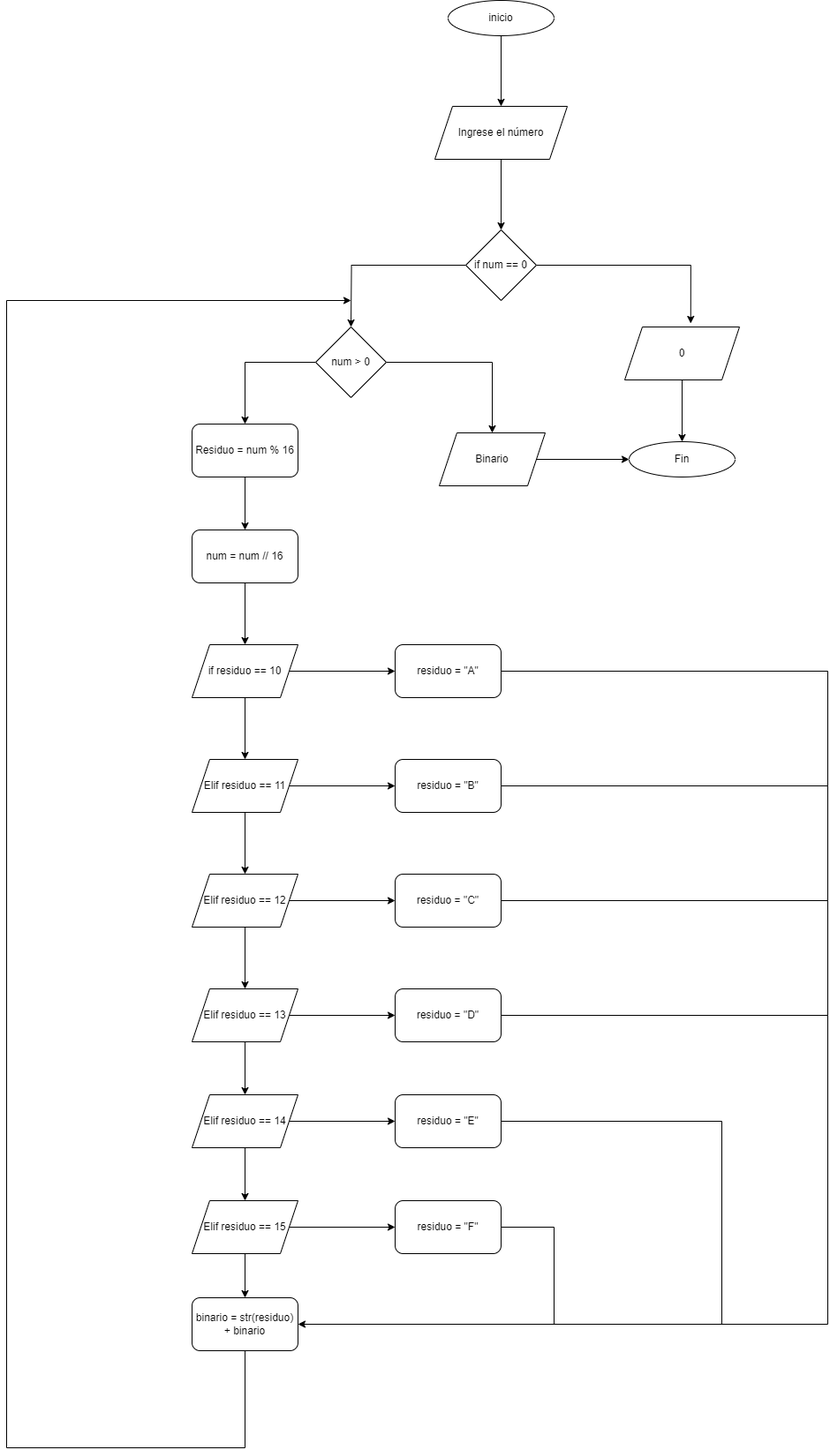
Before: Diagramas/Decimal a Hexa.png, a diagram exported from draw.io (Shadwws/ESTEEE). Source tidied: cells renumbered, new cells last; positions are measured from the earlier drawing's top-left corner, leaving out a move shared by most shapes.
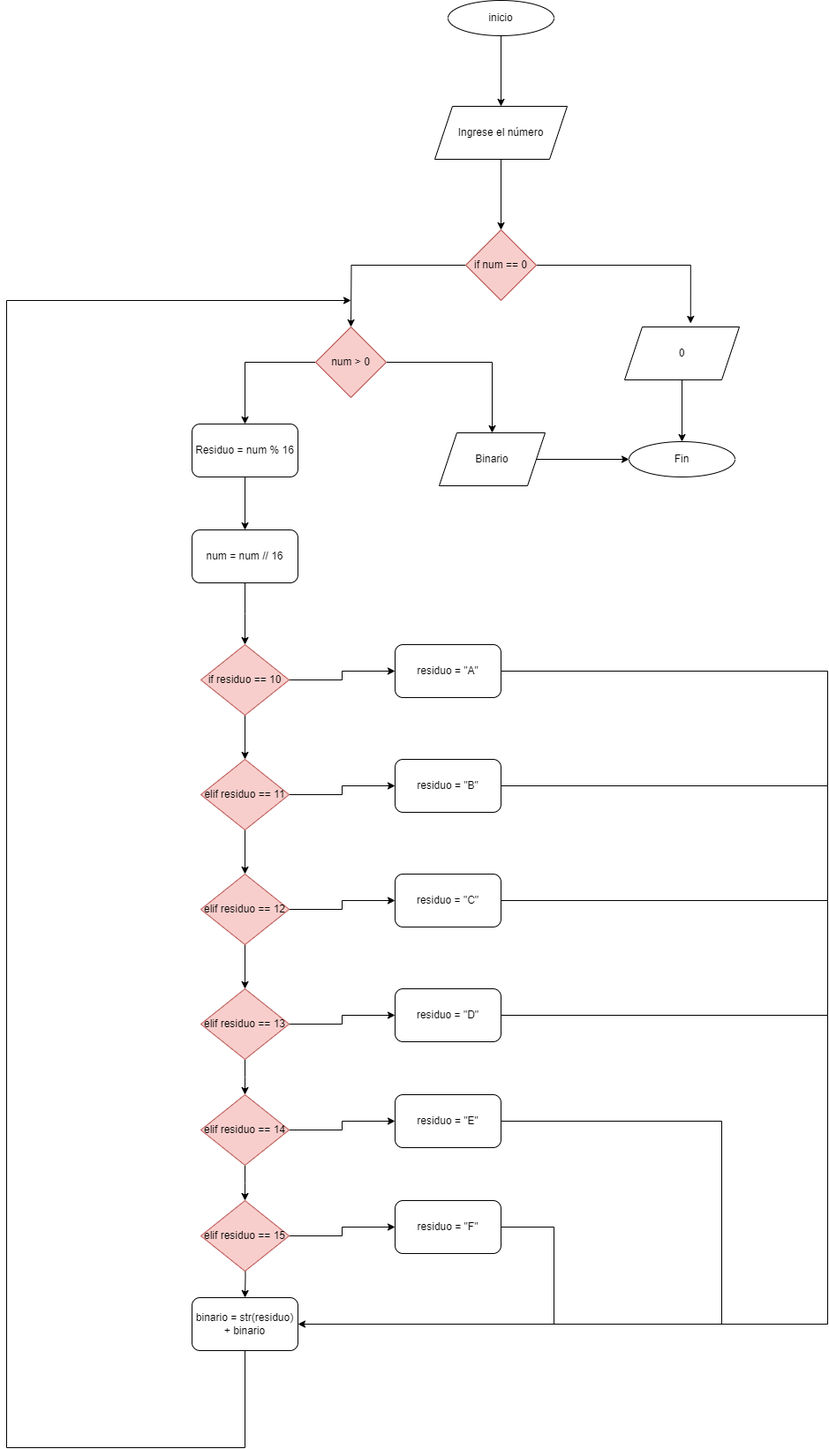
Later version of the same file.

What changed in the source:
```diff
@@ -22,7 +22,7 @@
         <mxPoint x="390" y="370" as="targetPoint" />
       </mxGeometry>
     </mxCell>
-    <mxCell id="8" value="if num == 0" style="rhombus;whiteSpace=wrap;html=1;" parent="1" vertex="1">
+    <mxCell id="8" value="if num == 0" style="rhombus;whiteSpace=wrap;html=1;fillColor=#f8cecc;strokeColor=#b85450;" parent="1" vertex="1">
       <mxGeometry x="520" y="260" width="80" height="80" as="geometry" />
     </mxCell>
     <mxCell id="9" style="edgeStyle=orthogonalEdgeStyle;rounded=0;jettySize=auto;html=1;" parent="1" edge="1" source="10" target="45">
@@ -37,7 +37,7 @@
     <mxCell id="12" style="edgeStyle=orthogonalEdgeStyle;rounded=0;jettySize=auto;html=1;exitX=1;exitY=0.5;exitDx=0;exitDy=0;entryX=0.5;entryY=0;entryDx=0;entryDy=0;" parent="1" edge="1" source="13" target="44">
       <mxGeometry relative="1" as="geometry" />
     </mxCell>
-    <mxCell id="13" value="num &amp;gt; 0" style="rhombus;whiteSpace=wrap;html=1;" parent="1" vertex="1">
+    <mxCell id="13" value="num &amp;gt; 0" style="rhombus;whiteSpace=wrap;html=1;fillColor=#f8cecc;strokeColor=#b85450;" parent="1" vertex="1">
       <mxGeometry x="350" y="370" width="80" height="80" as="geometry" />
     </mxCell>
     <mxCell id="14" style="edgeStyle=orthogonalEdgeStyle;rounded=0;jettySize=auto;html=1;" parent="1" edge="1" source="15" target="17">
@@ -46,69 +46,68 @@
     <mxCell id="15" value="Residuo = num % 16" style="rounded=1;whiteSpace=wrap;html=1;" parent="1" vertex="1">
       <mxGeometry x="210" y="480" width="120" height="60" as="geometry" />
     </mxCell>
-    <mxCell id="16" style="edgeStyle=orthogonalEdgeStyle;rounded=0;jettySize=auto;html=1;" parent="1" edge="1" source="17" target="20">
-      <mxGeometry relative="1" as="geometry" />
+    <mxCell id="16" style="edgeStyle=orthogonalEdgeStyle;rounded=0;jettySize=auto;html=1;" parent="1" edge="1" source="17">
+      <mxGeometry relative="1" as="geometry">
+        <mxPoint x="270" y="730" as="targetPoint" />
+      </mxGeometry>
     </mxCell>
     <mxCell id="17" value="num = num // 16" style="rounded=1;whiteSpace=wrap;html=1;" parent="1" vertex="1">
       <mxGeometry x="210" y="600" width="120" height="60" as="geometry" />
     </mxCell>
-    <mxCell id="18" style="edgeStyle=orthogonalEdgeStyle;rounded=0;jettySize=auto;html=1;" parent="1" edge="1" source="20" target="21">
+    <mxCell id="18" style="edgeStyle=orthogonalEdgeStyle;rounded=0;jettySize=auto;html=1;exitX=1;exitY=0.5;exitDx=0;exitDy=0;" parent="1" edge="1" source="20" target="21">
       <mxGeometry relative="1" as="geometry" />
     </mxCell>
-    <mxCell id="19" style="edgeStyle=orthogonalEdgeStyle;rounded=0;jettySize=auto;html=1;" parent="1" edge="1" source="20" target="24">
-      <mxGeometry relative="1" as="geometry" />
+    <mxCell id="19" style="edgeStyle=orthogonalEdgeStyle;rounded=0;orthogonalLoop=1;jettySize=auto;html=1;" parent="1" edge="1">
+      <mxGeometry relative="1" as="geometry">
+        <mxPoint x="270" y="790" as="sourcePoint" />
+        <mxPoint x="270" y="860" as="targetPoint" />
+      </mxGeometry>
     </mxCell>
-    <mxCell id="20" value="if residuo == 10" style="shape=parallelogram;perimeter=parallelogramPerimeter;whiteSpace=wrap;html=1;fixedSize=1;" parent="1" vertex="1">
-      <mxGeometry x="210" y="730" width="120" height="60" as="geometry" />
-    </mxCell>
     <mxCell id="21" value="residuo = &quot;A&quot;" style="rounded=1;whiteSpace=wrap;html=1;" parent="1" vertex="1">
       <mxGeometry x="440" y="730" width="120" height="60" as="geometry" />
     </mxCell>
-    <mxCell id="22" style="edgeStyle=orthogonalEdgeStyle;rounded=0;jettySize=auto;html=1;" parent="1" edge="1" source="24" target="37">
+    <mxCell id="22" style="edgeStyle=orthogonalEdgeStyle;rounded=0;jettySize=auto;html=1;exitX=1;exitY=0.5;exitDx=0;exitDy=0;exitPerimeter=0;" parent="1" edge="1" source="62" target="37">
       <mxGeometry relative="1" as="geometry" />
     </mxCell>
-    <mxCell id="23" style="edgeStyle=orthogonalEdgeStyle;rounded=0;jettySize=auto;html=1;" parent="1" edge="1" source="24" target="27">
-      <mxGeometry relative="1" as="geometry" />
+    <mxCell id="23" style="edgeStyle=orthogonalEdgeStyle;rounded=0;orthogonalLoop=1;jettySize=auto;html=1;" parent="1" edge="1">
+      <mxGeometry relative="1" as="geometry">
+        <mxPoint x="270" y="920" as="sourcePoint" />
+        <mxPoint x="270" y="990" as="targetPoint" />
+      </mxGeometry>
     </mxCell>
-    <mxCell id="24" value="Elif residuo == 11" style="shape=parallelogram;perimeter=parallelogramPerimeter;whiteSpace=wrap;html=1;fixedSize=1;" parent="1" vertex="1">
-      <mxGeometry x="210" y="860" width="120" height="60" as="geometry" />
-    </mxCell>
-    <mxCell id="25" style="edgeStyle=orthogonalEdgeStyle;rounded=0;jettySize=auto;html=1;" parent="1" edge="1" source="27" target="38">
+    <mxCell id="25" style="edgeStyle=orthogonalEdgeStyle;rounded=0;jettySize=auto;html=1;exitX=1;exitY=0.5;exitDx=0;exitDy=0;" parent="1" edge="1" source="63" target="38">
       <mxGeometry relative="1" as="geometry" />
     </mxCell>
-    <mxCell id="26" style="edgeStyle=orthogonalEdgeStyle;rounded=0;jettySize=auto;html=1;" parent="1" edge="1" source="27" target="30">
-      <mxGeometry relative="1" as="geometry" />
+    <mxCell id="26" style="edgeStyle=orthogonalEdgeStyle;rounded=0;orthogonalLoop=1;jettySize=auto;html=1;" parent="1" edge="1">
+      <mxGeometry relative="1" as="geometry">
+        <mxPoint x="270" y="1050" as="sourcePoint" />
+        <mxPoint x="270" y="1120" as="targetPoint" />
+      </mxGeometry>
     </mxCell>
-    <mxCell id="27" value="Elif residuo == 12" style="shape=parallelogram;perimeter=parallelogramPerimeter;whiteSpace=wrap;html=1;fixedSize=1;" parent="1" vertex="1">
-      <mxGeometry x="210" y="990" width="120" height="60" as="geometry" />
-    </mxCell>
-    <mxCell id="28" style="edgeStyle=orthogonalEdgeStyle;rounded=0;jettySize=auto;html=1;" parent="1" edge="1" source="30" target="39">
+    <mxCell id="28" style="edgeStyle=orthogonalEdgeStyle;rounded=0;jettySize=auto;html=1;exitX=1;exitY=0.5;exitDx=0;exitDy=0;" parent="1" edge="1" source="65" target="39">
       <mxGeometry relative="1" as="geometry" />
     </mxCell>
-    <mxCell id="29" style="edgeStyle=orthogonalEdgeStyle;rounded=0;jettySize=auto;html=1;" parent="1" edge="1" source="30" target="33">
-      <mxGeometry relative="1" as="geometry" />
+    <mxCell id="29" style="edgeStyle=orthogonalEdgeStyle;rounded=0;jettySize=auto;html=1;" parent="1" edge="1" source="65">
+      <mxGeometry relative="1" as="geometry">
+        <mxPoint x="270" y="1240" as="targetPoint" />
+      </mxGeometry>
     </mxCell>
-    <mxCell id="30" value="Elif residuo == 13" style="shape=parallelogram;perimeter=parallelogramPerimeter;whiteSpace=wrap;html=1;fixedSize=1;" parent="1" vertex="1">
-      <mxGeometry x="210" y="1120" width="120" height="60" as="geometry" />
-    </mxCell>
-    <mxCell id="31" style="edgeStyle=orthogonalEdgeStyle;rounded=0;jettySize=auto;html=1;" parent="1" edge="1" source="33" target="42">
+    <mxCell id="31" style="edgeStyle=orthogonalEdgeStyle;rounded=0;jettySize=auto;html=1;exitX=1;exitY=0.5;exitDx=0;exitDy=0;" parent="1" edge="1" source="67" target="42">
       <mxGeometry relative="1" as="geometry" />
     </mxCell>
-    <mxCell id="32" style="edgeStyle=orthogonalEdgeStyle;rounded=0;jettySize=auto;html=1;" parent="1" edge="1" source="33" target="36">
-      <mxGeometry relative="1" as="geometry" />
+    <mxCell id="32" style="edgeStyle=orthogonalEdgeStyle;rounded=0;jettySize=auto;html=1;" parent="1" edge="1" source="67">
+      <mxGeometry relative="1" as="geometry">
+        <mxPoint x="270" y="1360" as="targetPoint" />
+      </mxGeometry>
     </mxCell>
-    <mxCell id="33" value="Elif residuo == 14" style="shape=parallelogram;perimeter=parallelogramPerimeter;whiteSpace=wrap;html=1;fixedSize=1;" parent="1" vertex="1">
-      <mxGeometry x="210" y="1240" width="120" height="60" as="geometry" />
-    </mxCell>
-    <mxCell id="34" style="edgeStyle=orthogonalEdgeStyle;rounded=0;jettySize=auto;html=1;" parent="1" edge="1" source="36" target="41">
+    <mxCell id="34" style="edgeStyle=orthogonalEdgeStyle;rounded=0;jettySize=auto;html=1;exitX=1;exitY=0.5;exitDx=0;exitDy=0;" parent="1" edge="1" source="68" target="41">
       <mxGeometry relative="1" as="geometry" />
     </mxCell>
-    <mxCell id="35" style="edgeStyle=orthogonalEdgeStyle;rounded=0;jettySize=auto;html=1;" parent="1" edge="1" source="36" target="49">
-      <mxGeometry relative="1" as="geometry" />
+    <mxCell id="35" style="edgeStyle=orthogonalEdgeStyle;rounded=0;jettySize=auto;html=1;" parent="1" edge="1" target="49">
+      <mxGeometry relative="1" as="geometry">
+        <mxPoint x="270" y="1420" as="sourcePoint" />
+      </mxGeometry>
     </mxCell>
-    <mxCell id="36" value="Elif residuo == 15" style="shape=parallelogram;perimeter=parallelogramPerimeter;whiteSpace=wrap;html=1;fixedSize=1;" parent="1" vertex="1">
-      <mxGeometry x="210" y="1360" width="120" height="60" as="geometry" />
-    </mxCell>
     <mxCell id="37" value="residuo = &quot;B&quot;" style="rounded=1;whiteSpace=wrap;html=1;" parent="1" vertex="1">
       <mxGeometry x="440" y="860" width="120" height="60" as="geometry" />
     </mxCell>
@@ -231,5 +230,33 @@
         <mxPoint x="390" y="340" as="targetPoint" />
       </mxGeometry>
     </mxCell>
+    <mxCell id="20" value="if residuo == 10" style="rhombus;whiteSpace=wrap;html=1;fillColor=#f8cecc;strokeColor=#b85450;" parent="1" vertex="1">
+      <mxGeometry x="220" y="730" width="100" height="80" as="geometry" />
+    </mxCell>
+    <mxCell id="62" value="elif residuo == 11" style="rhombus;whiteSpace=wrap;html=1;fillColor=#f8cecc;strokeColor=#b85450;" parent="1" vertex="1">
+      <mxGeometry x="220" y="860" width="100" height="80" as="geometry" />
+    </mxCell>
+    <mxCell id="63" value="elif residuo == 12" style="rhombus;whiteSpace=wrap;html=1;fillColor=#f8cecc;strokeColor=#b85450;" parent="1" vertex="1">
+      <mxGeometry x="220" y="990" width="100" height="80" as="geometry" />
+    </mxCell>
+    <mxCell id="64" style="edgeStyle=orthogonalEdgeStyle;rounded=0;jettySize=auto;html=1;" parent="1" edge="1" target="65">
+      <mxGeometry relative="1" as="geometry">
+        <mxPoint x="270" y="1180" as="sourcePoint" />
+      </mxGeometry>
+    </mxCell>
+    <mxCell id="65" value="elif residuo == 13" style="rhombus;whiteSpace=wrap;html=1;fillColor=#f8cecc;strokeColor=#b85450;" parent="1" vertex="1">
+      <mxGeometry x="220" y="1120" width="100" height="80" as="geometry" />
+    </mxCell>
+    <mxCell id="66" style="edgeStyle=orthogonalEdgeStyle;rounded=0;jettySize=auto;html=1;" parent="1" edge="1" target="67">
+      <mxGeometry relative="1" as="geometry">
+        <mxPoint x="270" y="1300" as="sourcePoint" />
+      </mxGeometry>
+    </mxCell>
+    <mxCell id="67" value="elif residuo == 14" style="rhombus;whiteSpace=wrap;html=1;fillColor=#f8cecc;strokeColor=#b85450;" parent="1" vertex="1">
+      <mxGeometry x="220" y="1240" width="100" height="80" as="geometry" />
+    </mxCell>
+    <mxCell id="68" value="elif residuo == 15" style="rhombus;whiteSpace=wrap;html=1;fillColor=#f8cecc;strokeColor=#b85450;" parent="1" vertex="1">
+      <mxGeometry x="220" y="1360" width="100" height="80" as="geometry" />
+    </mxCell>
   </root>
 </mxGraphModel>
```
